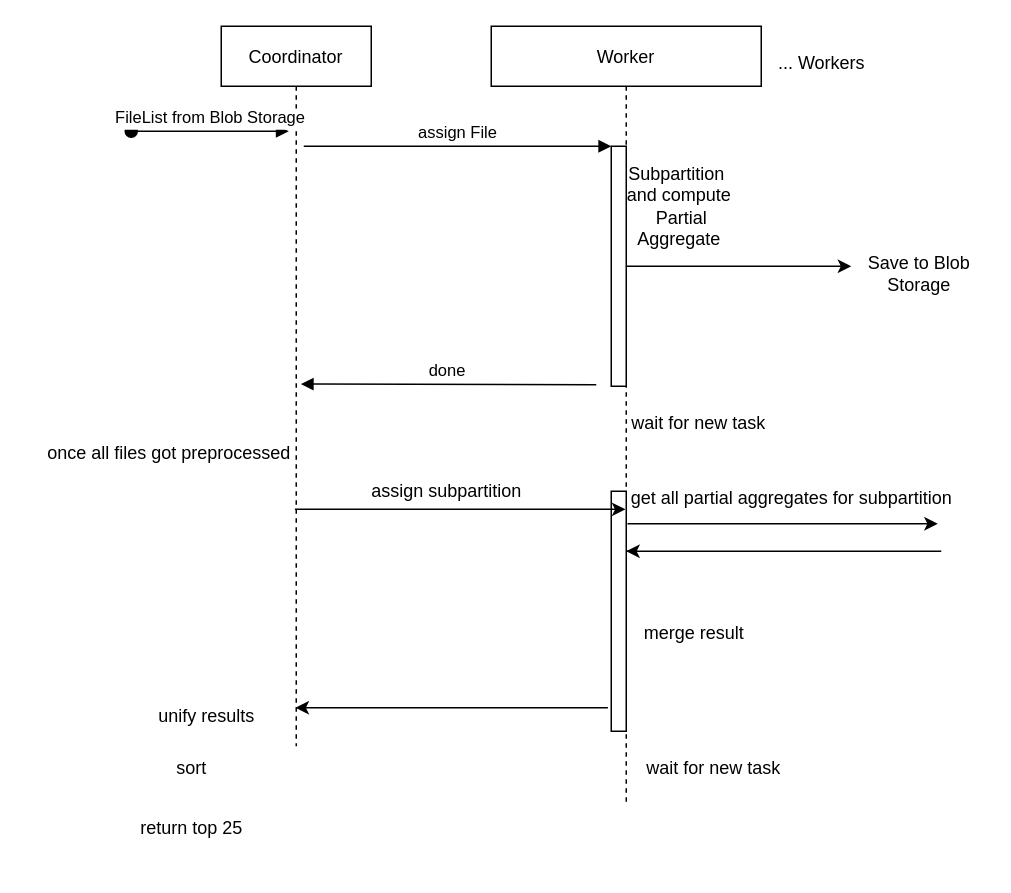
Before: cbdpsequence.drawio in Phillip-Kemper/thesis-drawings, a draw.io diagram. Source tidied: cells renumbered, new cells numbered last; positions are measured from the earlier drawing's top-left corner, leaving out a move shared by most shapes. Both pictures are drawn from the tidied source at 150%, with x=0, y=0 at pixel (26, 26).
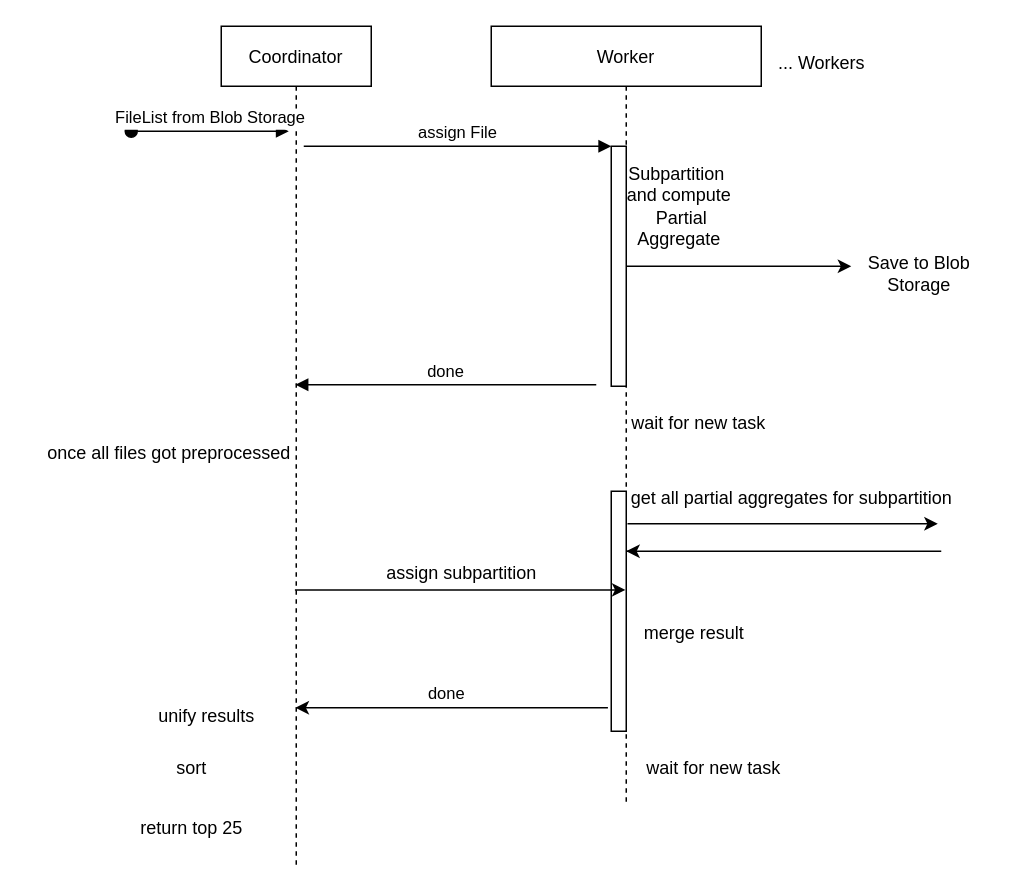
Above is the later version.

What changed in the source:
```diff
@@
     <mxCell id="2" value="Coordinator" style="shape=umlLifeline;perimeter=lifelinePerimeter;rounded=0;shadow=0;strokeWidth=1;" parent="1" vertex="1">
-      <mxGeometry x="130" width="100" height="480" as="geometry" />
+      <mxGeometry x="130" width="100" height="560" as="geometry" />
     </mxCell>
@@
-    <mxCell id="12" value="done" style="verticalAlign=bottom;endArrow=block;entryX=0.53;entryY=0.497;shadow=0;strokeWidth=1;entryDx=0;entryDy=0;entryPerimeter=0;" parent="1" edge="1" target="2">
+    <mxCell id="12" value="done" style="verticalAlign=bottom;endArrow=block;shadow=0;strokeWidth=1;" parent="1" edge="1" target="2">
       <mxGeometry relative="1" as="geometry">
         <mxPoint x="380" y="239" as="sourcePoint" />
       </mxGeometry>
     </mxCell>
@@
     <mxCell id="18" value="assign subpartition" style="text;html=1;align=center;verticalAlign=middle;strokeColor=none;fillColor=none;" parent="1" vertex="1">
-      <mxGeometry x="220" y="295" width="120" height="30" as="geometry" />
+      <mxGeometry x="230" y="350" width="120" height="30" as="geometry" />
     </mxCell>
@@
+    <mxCell id="26" value="&lt;span style=&quot;font-size: 11px; background-color: rgb(255, 255, 255);&quot;&gt;done&lt;/span&gt;" style="text;html=1;align=center;verticalAlign=middle;strokeColor=none;fillColor=none;" parent="1" vertex="1">
+      <mxGeometry x="255" y="430" width="50" height="30" as="geometry" />
+    </mxCell>
```
